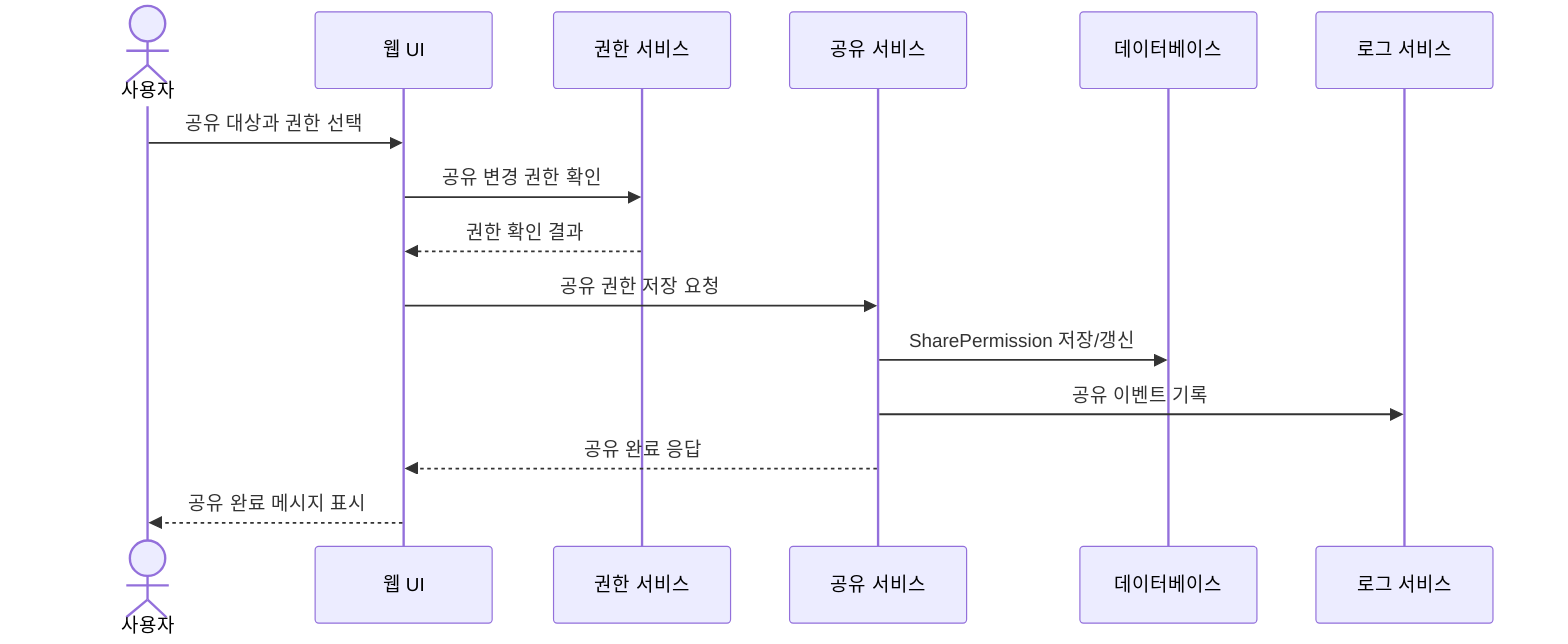
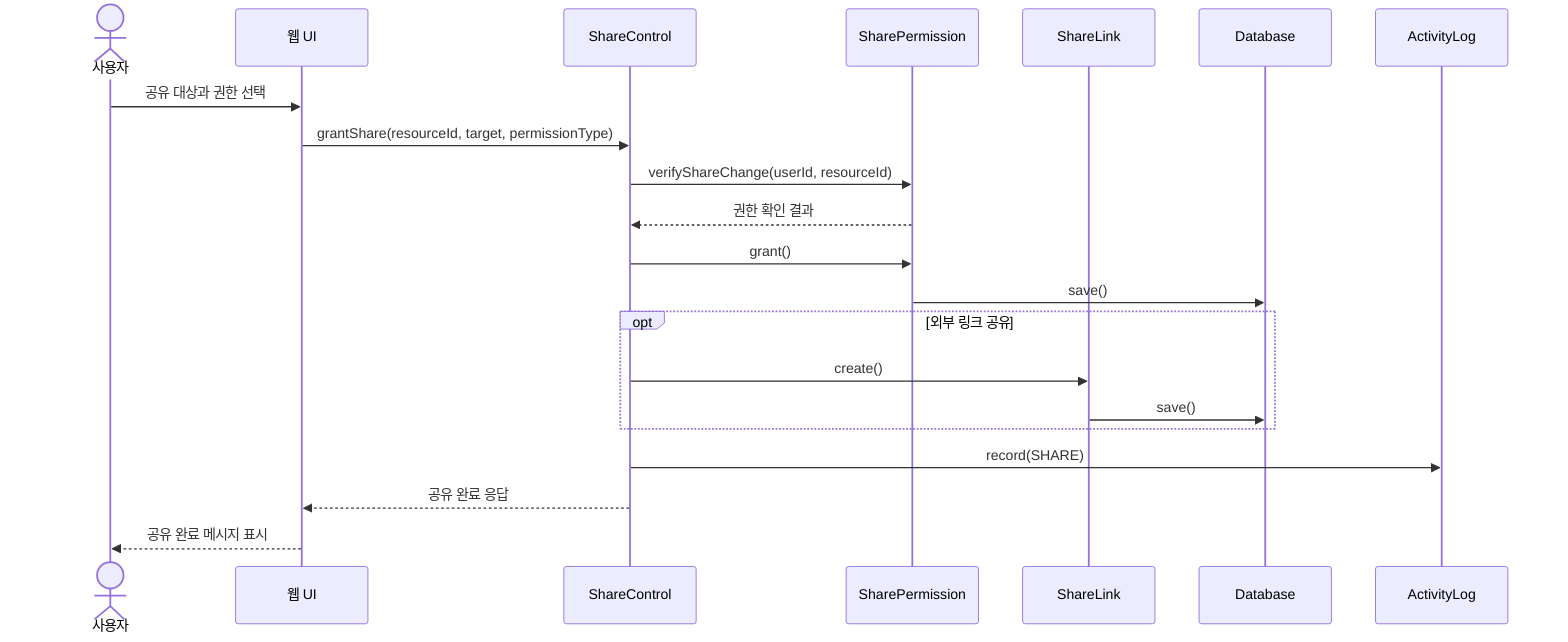
sequenceDiagram
    actor 사용자
    participant UI as 웹 UI
-     participant Auth as 권한 서비스
-     participant Share as 공유 서비스
-     participant DB as 데이터베이스
-     participant Log as 로그 서비스
+     participant Ctrl as ShareControl
+     participant Perm as SharePermission
+     participant SLink as ShareLink
+     participant DB as Database
+     participant Log as ActivityLog

    사용자->>UI: 공유 대상과 권한 선택
-     UI->>Auth: 공유 변경 권한 확인
-     Auth-->>UI: 권한 확인 결과
-     UI->>Share: 공유 권한 저장 요청
-     Share->>DB: SharePermission 저장/갱신
-     Share->>Log: 공유 이벤트 기록
-     Share-->>UI: 공유 완료 응답
+     UI->>Ctrl: grantShare(resourceId, target, permissionType)
+     Ctrl->>Perm: verifyShareChange(userId, resourceId)
+     Perm-->>Ctrl: 권한 확인 결과
+     Ctrl->>Perm: grant()
+     Perm->>DB: save()
+     opt 외부 링크 공유
+         Ctrl->>SLink: create()
+         SLink->>DB: save()
+     end
+     Ctrl->>Log: record(SHARE)
+     Ctrl-->>UI: 공유 완료 응답
    UI-->>사용자: 공유 완료 메시지 표시
